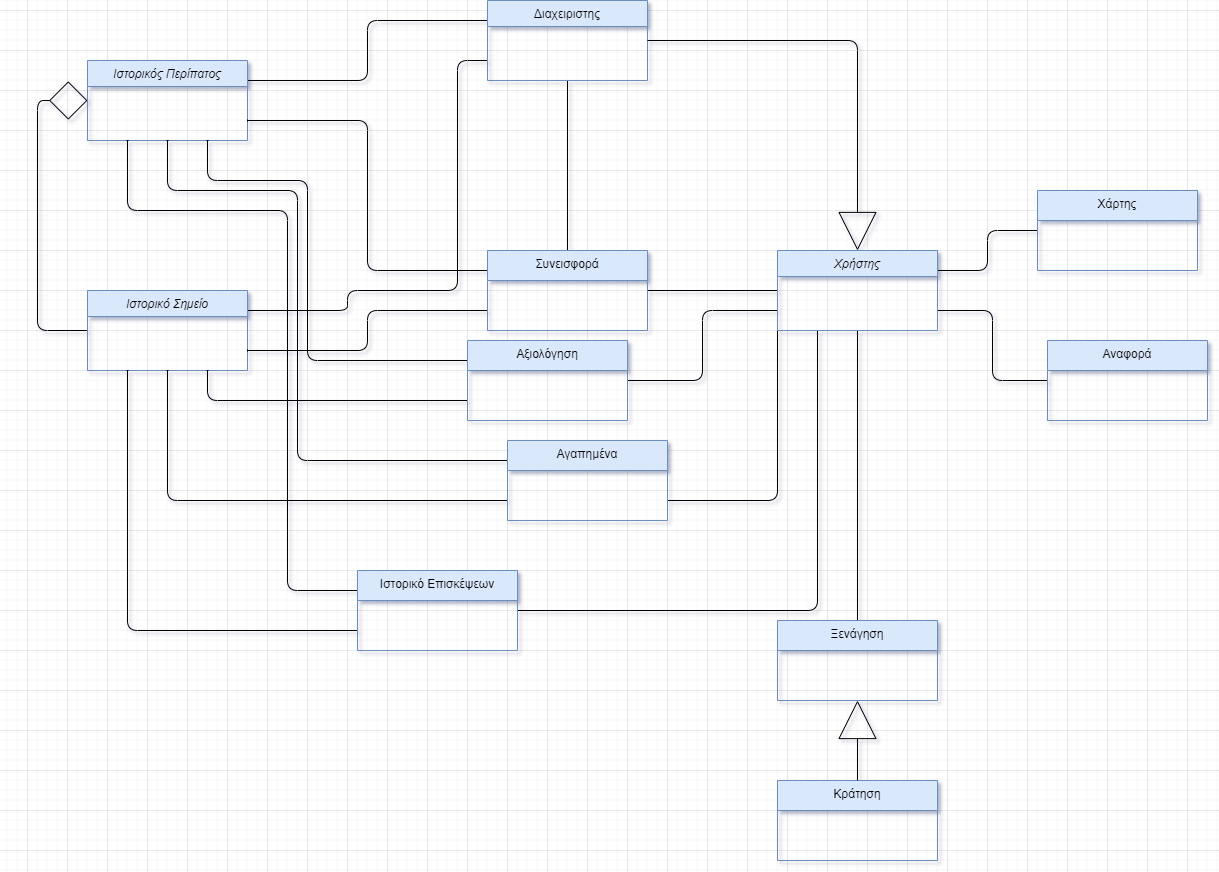
Before: NOTES/Domain Model v0.1.png, a diagram exported from draw.io (Nektar24/software-engineering). Source tidied: cells renumbered, new cells last; positions are measured from the earlier drawing's top-left corner, leaving out a move shared by most shapes.
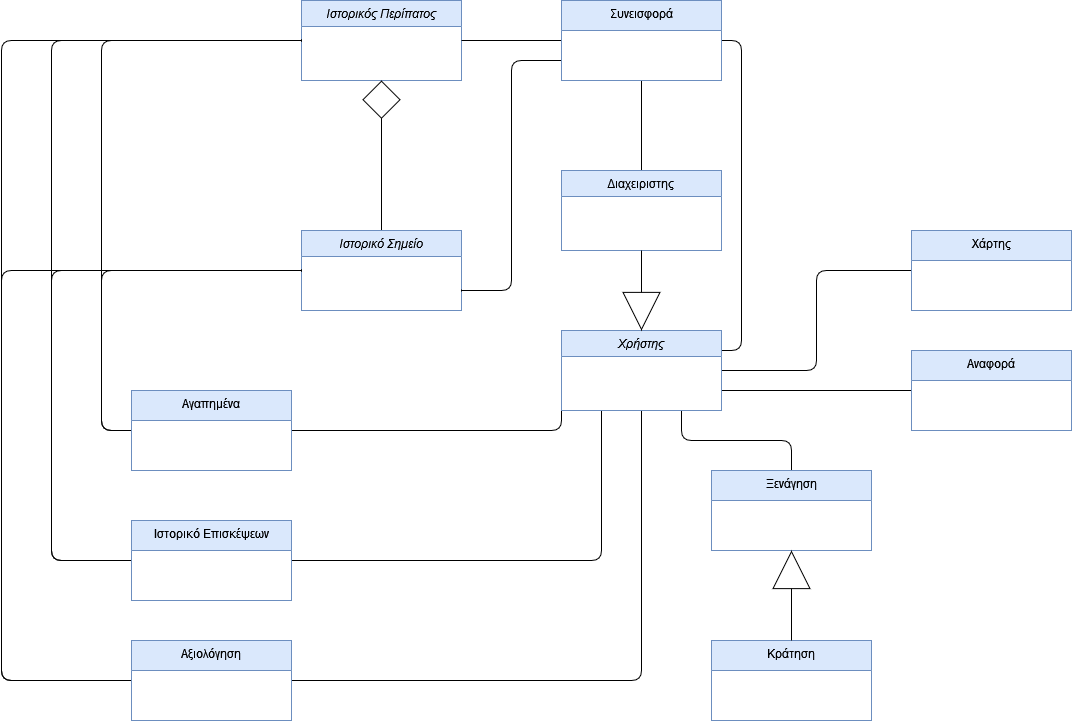
The same file after the commit.

Commit message:
correction in domain model

What changed in the source:
```diff
@@ -2,48 +2,35 @@
   <root>
     <mxCell id="0" />
     <mxCell id="1" parent="0" />
-    <mxCell id="2" style="edgeStyle=orthogonalEdgeStyle;rounded=1;jettySize=auto;html=1;exitX=0;exitY=0.5;exitDx=0;exitDy=0;entryX=1;entryY=0.5;entryDx=0;entryDy=0;elbow=vertical;strokeColor=default;align=center;verticalAlign=middle;fontFamily=Helvetica;fontSize=11;fontColor=default;labelBackgroundColor=default;endArrow=baseDash;endFill=0;endSize=0;curved=0;" parent="1" edge="1" source="9" target="20">
+    <mxCell id="2" style="edgeStyle=orthogonalEdgeStyle;rounded=1;jettySize=auto;html=1;entryX=1;entryY=0.5;entryDx=0;entryDy=0;elbow=vertical;strokeColor=default;align=center;verticalAlign=middle;fontFamily=Helvetica;fontSize=11;fontColor=default;labelBackgroundColor=default;endArrow=baseDash;endFill=0;endSize=0;curved=0;exitX=1;exitY=0.25;exitDx=0;exitDy=0;" parent="1" edge="1" source="9" target="20">
       <mxGeometry relative="1" as="geometry" />
     </mxCell>
     <mxCell id="3" style="edgeStyle=orthogonalEdgeStyle;rounded=1;jettySize=auto;html=1;exitX=0.25;exitY=1;exitDx=0;exitDy=0;entryX=1;entryY=0.5;entryDx=0;entryDy=0;strokeColor=default;align=center;verticalAlign=middle;fontFamily=Helvetica;fontSize=11;fontColor=default;labelBackgroundColor=default;elbow=vertical;endArrow=baseDash;endFill=0;endSize=0;curved=0;" parent="1" edge="1" source="9" target="26">
       <mxGeometry relative="1" as="geometry" />
     </mxCell>
-    <mxCell id="4" style="edgeStyle=orthogonalEdgeStyle;rounded=1;jettySize=auto;html=1;exitX=0;exitY=1;exitDx=0;exitDy=0;entryX=1;entryY=0.75;entryDx=0;entryDy=0;strokeColor=default;align=center;verticalAlign=middle;fontFamily=Helvetica;fontSize=11;fontColor=default;labelBackgroundColor=default;elbow=vertical;endArrow=baseDash;endFill=0;endSize=0;curved=0;" parent="1" edge="1" source="9" target="23">
+    <mxCell id="4" style="edgeStyle=orthogonalEdgeStyle;rounded=1;jettySize=auto;html=1;exitX=0;exitY=1;exitDx=0;exitDy=0;entryX=1;entryY=0.5;entryDx=0;entryDy=0;strokeColor=default;align=center;verticalAlign=middle;fontFamily=Helvetica;fontSize=11;fontColor=default;labelBackgroundColor=default;elbow=vertical;endArrow=baseDash;endFill=0;endSize=0;curved=0;" parent="1" edge="1" source="9" target="23">
       <mxGeometry relative="1" as="geometry" />
     </mxCell>
-    <mxCell id="5" style="edgeStyle=orthogonalEdgeStyle;rounded=1;jettySize=auto;html=1;exitX=0.5;exitY=1;exitDx=0;exitDy=0;entryX=0.5;entryY=0;entryDx=0;entryDy=0;strokeColor=default;align=center;verticalAlign=middle;fontFamily=Helvetica;fontSize=11;fontColor=default;labelBackgroundColor=default;elbow=vertical;endArrow=baseDash;endFill=0;endSize=0;curved=0;" parent="1" edge="1" source="9" target="27">
+    <mxCell id="5" style="edgeStyle=orthogonalEdgeStyle;rounded=1;jettySize=auto;html=1;exitX=0.75;exitY=1;exitDx=0;exitDy=0;entryX=0.5;entryY=0;entryDx=0;entryDy=0;strokeColor=default;align=center;verticalAlign=middle;fontFamily=Helvetica;fontSize=11;fontColor=default;labelBackgroundColor=default;elbow=vertical;endArrow=baseDash;endFill=0;endSize=0;curved=0;" parent="1" edge="1" source="9" target="27">
       <mxGeometry relative="1" as="geometry" />
     </mxCell>
     <mxCell id="6" style="edgeStyle=orthogonalEdgeStyle;curved=0;rounded=1;jettySize=auto;html=1;exitX=1;exitY=0.75;exitDx=0;exitDy=0;entryX=0;entryY=0.5;entryDx=0;entryDy=0;strokeColor=default;align=center;verticalAlign=middle;fontFamily=Helvetica;fontSize=11;fontColor=default;labelBackgroundColor=default;elbow=vertical;endArrow=baseDash;endFill=0;endSize=0;" parent="1" edge="1" source="9" target="29">
       <mxGeometry relative="1" as="geometry" />
     </mxCell>
-    <mxCell id="7" style="edgeStyle=orthogonalEdgeStyle;curved=0;rounded=1;jettySize=auto;html=1;exitX=1;exitY=0.25;exitDx=0;exitDy=0;entryX=0;entryY=0.5;entryDx=0;entryDy=0;strokeColor=default;align=center;verticalAlign=middle;fontFamily=Helvetica;fontSize=11;fontColor=default;labelBackgroundColor=default;elbow=vertical;endArrow=baseDash;endFill=0;endSize=0;" parent="1" edge="1" source="9" target="30">
+    <mxCell id="7" style="edgeStyle=orthogonalEdgeStyle;curved=0;rounded=1;jettySize=auto;html=1;exitX=1;exitY=0.5;exitDx=0;exitDy=0;entryX=0;entryY=0.5;entryDx=0;entryDy=0;strokeColor=default;align=center;verticalAlign=middle;fontFamily=Helvetica;fontSize=11;fontColor=default;labelBackgroundColor=default;elbow=vertical;endArrow=baseDash;endFill=0;endSize=0;" parent="1" edge="1" source="9" target="30">
       <mxGeometry relative="1" as="geometry" />
     </mxCell>
-    <mxCell id="8" style="edgeStyle=orthogonalEdgeStyle;curved=0;rounded=1;jettySize=auto;html=1;exitX=0;exitY=0.75;exitDx=0;exitDy=0;entryX=1;entryY=0.5;entryDx=0;entryDy=0;strokeColor=default;align=center;verticalAlign=middle;fontFamily=Helvetica;fontSize=11;fontColor=default;labelBackgroundColor=default;elbow=vertical;endArrow=baseDash;endFill=0;endSize=0;" parent="1" edge="1" source="9" target="33">
+    <mxCell id="8" style="edgeStyle=orthogonalEdgeStyle;curved=0;rounded=1;jettySize=auto;html=1;entryX=1;entryY=0.5;entryDx=0;entryDy=0;strokeColor=default;align=center;verticalAlign=middle;fontFamily=Helvetica;fontSize=11;fontColor=default;labelBackgroundColor=default;elbow=vertical;endArrow=baseDash;endFill=0;endSize=0;exitX=0.5;exitY=1;exitDx=0;exitDy=0;" parent="1" edge="1" source="9" target="33">
       <mxGeometry relative="1" as="geometry" />
     </mxCell>
     <mxCell id="9" value="Χρήστης" style="swimlane;fontStyle=2;align=center;verticalAlign=top;horizontal=1;startSize=26;rounded=0;shadow=0;strokeWidth=1;fillColor=#dae8fc;strokeColor=#6c8ebf;" parent="1" vertex="1">
-      <mxGeometry x="690" y="250" width="160" height="80" as="geometry" />
+      <mxGeometry x="260" y="390" width="160" height="80" as="geometry" />
     </mxCell>
-    <mxCell id="10" style="edgeStyle=orthogonalEdgeStyle;rounded=1;jettySize=auto;html=1;exitX=0.5;exitY=1;exitDx=0;exitDy=0;entryX=0.5;entryY=0;entryDx=0;entryDy=0;elbow=vertical;strokeColor=default;align=center;verticalAlign=middle;fontFamily=Helvetica;fontSize=11;fontColor=default;labelBackgroundColor=default;endArrow=baseDash;endFill=0;endSize=0;curved=0;" parent="1" edge="1" source="13" target="20">
+    <mxCell id="10" style="edgeStyle=orthogonalEdgeStyle;curved=0;rounded=1;jettySize=auto;html=1;exitX=0.5;exitY=0;exitDx=0;exitDy=0;entryX=0.5;entryY=1;entryDx=0;entryDy=0;strokeColor=default;align=center;verticalAlign=middle;fontFamily=Helvetica;fontSize=11;fontColor=default;labelBackgroundColor=default;elbow=vertical;endArrow=baseDash;endFill=0;endSize=0;" parent="1" edge="1" source="13" target="20">
       <mxGeometry relative="1" as="geometry" />
     </mxCell>
-    <mxCell id="11" style="edgeStyle=orthogonalEdgeStyle;curved=0;rounded=1;jettySize=auto;html=1;entryX=1;entryY=0.25;entryDx=0;entryDy=0;strokeColor=default;align=center;verticalAlign=middle;fontFamily=Helvetica;fontSize=11;fontColor=default;labelBackgroundColor=default;elbow=vertical;endArrow=baseDash;endFill=0;endSize=0;exitX=0;exitY=0.25;exitDx=0;exitDy=0;" parent="1" edge="1" source="13" target="15">
-      <mxGeometry relative="1" as="geometry" />
-    </mxCell>
-    <mxCell id="12" style="edgeStyle=orthogonalEdgeStyle;curved=0;rounded=1;jettySize=auto;html=1;exitX=0;exitY=0.75;exitDx=0;exitDy=0;entryX=1;entryY=0.25;entryDx=0;entryDy=0;strokeColor=default;align=center;verticalAlign=middle;fontFamily=Helvetica;fontSize=11;fontColor=default;labelBackgroundColor=default;elbow=vertical;endArrow=baseDash;endFill=0;endSize=0;" parent="1" edge="1" source="13" target="17">
-      <mxGeometry relative="1" as="geometry">
-        <Array as="points">
-          <mxPoint x="370" y="60" />
-          <mxPoint x="370" y="290" />
-          <mxPoint x="260" y="290" />
-          <mxPoint x="260" y="310" />
-        </Array>
-      </mxGeometry>
-    </mxCell>
     <mxCell id="13" value="Διαχειριστης" style="swimlane;fontStyle=0;align=center;verticalAlign=top;horizontal=1;startSize=26;rounded=0;shadow=0;strokeWidth=1;fillColor=#dae8fc;strokeColor=#6c8ebf;" parent="1" vertex="1">
-      <mxGeometry x="400" width="160" height="80" as="geometry" />
+      <mxGeometry x="260" y="230" width="160" height="80" as="geometry" />
     </mxCell>
     <mxCell id="14" style="endArrow=block;endSize=36;endFill=0;shadow=0;strokeWidth=1;rounded=1;edgeStyle=orthogonalEdgeStyle;elbow=vertical;curved=0;" parent="1" edge="1" source="13" target="9">
       <mxGeometry relative="1" as="geometry" />
@@ -51,77 +38,89 @@
     <mxCell id="15" value="Ιστορικός Περίπατος" style="swimlane;fontStyle=2;align=center;verticalAlign=top;horizontal=1;startSize=26;rounded=0;shadow=0;strokeWidth=1;fillColor=#dae8fc;strokeColor=#6c8ebf;" parent="1" vertex="1">
       <mxGeometry y="60" width="160" height="80" as="geometry" />
     </mxCell>
-    <mxCell id="16" style="edgeStyle=orthogonalEdgeStyle;rounded=1;jettySize=auto;html=1;exitX=0;exitY=0.5;exitDx=0;exitDy=0;entryX=0;entryY=0.5;entryDx=0;entryDy=0;endSize=36;endArrow=diamond;endFill=0;curved=0;" parent="1" edge="1" source="17" target="15">
+    <mxCell id="16" style="edgeStyle=orthogonalEdgeStyle;rounded=1;jettySize=auto;html=1;exitX=0.5;exitY=0;exitDx=0;exitDy=0;entryX=0.5;entryY=1;entryDx=0;entryDy=0;endSize=36;endArrow=diamond;endFill=0;curved=0;" parent="1" edge="1" source="17" target="15">
       <mxGeometry relative="1" as="geometry" />
     </mxCell>
     <mxCell id="17" value="Ιστορικό Σημείο" style="swimlane;fontStyle=2;align=center;verticalAlign=top;horizontal=1;startSize=26;rounded=0;shadow=0;strokeWidth=1;fillColor=#dae8fc;strokeColor=#6c8ebf;" parent="1" vertex="1">
       <mxGeometry y="290" width="160" height="80" as="geometry" />
     </mxCell>
+    <mxCell id="19" style="edgeStyle=orthogonalEdgeStyle;curved=0;rounded=1;jettySize=auto;html=1;exitX=0;exitY=0.75;exitDx=0;exitDy=0;entryX=1;entryY=0.75;entryDx=0;entryDy=0;strokeColor=default;align=center;verticalAlign=middle;fontFamily=Helvetica;fontSize=11;fontColor=default;labelBackgroundColor=default;elbow=vertical;endArrow=baseDash;endFill=0;endSize=0;" parent="1" edge="1" source="20" target="17">
+      <mxGeometry relative="1" as="geometry" />
+    </mxCell>
-    <mxCell id="18" style="edgeStyle=orthogonalEdgeStyle;rounded=1;jettySize=auto;html=1;exitX=0;exitY=0.25;exitDx=0;exitDy=0;entryX=1;entryY=0.75;entryDx=0;entryDy=0;strokeColor=default;align=center;verticalAlign=middle;fontFamily=Helvetica;fontSize=11;fontColor=default;labelBackgroundColor=default;elbow=vertical;endArrow=baseDash;endFill=0;endSize=0;curved=0;" parent="1" edge="1" source="20" target="15">
+    <mxCell id="18" style="edgeStyle=orthogonalEdgeStyle;rounded=1;jettySize=auto;html=1;exitX=0;exitY=0.5;exitDx=0;exitDy=0;entryX=1;entryY=0.5;entryDx=0;entryDy=0;fontSize=12;startSize=8;endSize=8;endArrow=none;endFill=0;" parent="1" edge="1" source="20" target="15">
       <mxGeometry relative="1" as="geometry" />
     </mxCell>
-    <mxCell id="19" style="edgeStyle=orthogonalEdgeStyle;curved=0;rounded=1;jettySize=auto;html=1;exitX=0;exitY=0.75;exitDx=0;exitDy=0;entryX=1;entryY=0.75;entryDx=0;entryDy=0;strokeColor=default;align=center;verticalAlign=middle;fontFamily=Helvetica;fontSize=11;fontColor=default;labelBackgroundColor=default;elbow=vertical;endArrow=baseDash;endFill=0;endSize=0;" parent="1" edge="1" source="20" target="17">
-      <mxGeometry relative="1" as="geometry" />
-    </mxCell>
     <mxCell id="20" value="Συνεισφορά" style="swimlane;fontStyle=0;align=center;verticalAlign=top;horizontal=1;startSize=30;rounded=0;shadow=0;strokeWidth=1;fillColor=#dae8fc;strokeColor=#6c8ebf;" parent="1" vertex="1">
-      <mxGeometry x="400" y="250" width="160" height="80" as="geometry" />
+      <mxGeometry x="260" y="60" width="160" height="80" as="geometry" />
     </mxCell>
-    <mxCell id="21" style="edgeStyle=orthogonalEdgeStyle;curved=0;rounded=1;jettySize=auto;html=1;exitX=0;exitY=0.75;exitDx=0;exitDy=0;entryX=0.5;entryY=1;entryDx=0;entryDy=0;strokeColor=default;align=center;verticalAlign=middle;fontFamily=Helvetica;fontSize=11;fontColor=default;labelBackgroundColor=default;elbow=vertical;endArrow=baseDash;endFill=0;endSize=0;" parent="1" edge="1" source="23" target="17">
-      <mxGeometry relative="1" as="geometry" />
+    <mxCell id="21" style="edgeStyle=orthogonalEdgeStyle;rounded=1;jettySize=auto;html=1;exitX=0;exitY=0.5;exitDx=0;exitDy=0;entryX=0;entryY=0.5;entryDx=0;entryDy=0;fontSize=12;startSize=8;endSize=8;curved=0;endArrow=none;endFill=0;" parent="1" edge="1" source="23" target="17">
+      <mxGeometry relative="1" as="geometry">
+        <Array as="points">
+          <mxPoint x="-200" y="490" />
+          <mxPoint x="-200" y="330" />
+        </Array>
+      </mxGeometry>
     </mxCell>
-    <mxCell id="22" style="edgeStyle=orthogonalEdgeStyle;curved=0;rounded=1;jettySize=auto;html=1;exitX=0;exitY=0.25;exitDx=0;exitDy=0;entryX=0.5;entryY=1;entryDx=0;entryDy=0;strokeColor=default;align=center;verticalAlign=middle;fontFamily=Helvetica;fontSize=11;fontColor=default;labelBackgroundColor=default;elbow=vertical;endArrow=baseDash;endFill=0;endSize=0;" parent="1" edge="1" source="23" target="15">
+    <mxCell id="22" style="edgeStyle=orthogonalEdgeStyle;rounded=1;jettySize=auto;html=1;exitX=0;exitY=0.5;exitDx=0;exitDy=0;entryX=0;entryY=0.5;entryDx=0;entryDy=0;fontSize=12;startSize=8;endSize=8;endArrow=none;endFill=0;" parent="1" edge="1" source="23" target="15">
       <mxGeometry relative="1" as="geometry">
         <Array as="points">
-          <mxPoint x="210" y="460" />
-          <mxPoint x="210" y="190" />
-          <mxPoint x="80" y="190" />
+          <mxPoint x="-200" y="490" />
+          <mxPoint x="-200" y="100" />
         </Array>
       </mxGeometry>
     </mxCell>
     <mxCell id="23" value="Αγαπημένα" style="swimlane;fontStyle=0;align=center;verticalAlign=top;horizontal=1;startSize=30;rounded=0;shadow=0;strokeWidth=1;fillColor=#dae8fc;strokeColor=#6c8ebf;" parent="1" vertex="1">
-      <mxGeometry x="420" y="440" width="160" height="80" as="geometry" />
+      <mxGeometry x="-170" y="450" width="160" height="80" as="geometry" />
     </mxCell>
-    <mxCell id="24" style="edgeStyle=orthogonalEdgeStyle;rounded=1;jettySize=auto;html=1;exitX=0;exitY=0.75;exitDx=0;exitDy=0;strokeColor=default;align=center;verticalAlign=middle;fontFamily=Helvetica;fontSize=11;fontColor=default;labelBackgroundColor=default;elbow=vertical;endArrow=baseDash;entryX=0.25;entryY=1;entryDx=0;entryDy=0;endFill=0;endSize=0;curved=0;" parent="1" edge="1" source="26" target="17">
-      <mxGeometry relative="1" as="geometry" />
+    <mxCell id="24" style="edgeStyle=orthogonalEdgeStyle;rounded=1;jettySize=auto;html=1;exitX=0;exitY=0.5;exitDx=0;exitDy=0;strokeColor=default;align=center;verticalAlign=middle;fontFamily=Helvetica;fontSize=11;fontColor=default;labelBackgroundColor=default;elbow=vertical;endArrow=baseDash;entryX=0;entryY=0.5;entryDx=0;entryDy=0;endFill=0;endSize=0;curved=0;" parent="1" edge="1" source="26" target="17">
+      <mxGeometry relative="1" as="geometry">
+        <Array as="points">
+          <mxPoint x="-250" y="620" />
+          <mxPoint x="-250" y="330" />
+        </Array>
+      </mxGeometry>
     </mxCell>
-    <mxCell id="25" style="edgeStyle=orthogonalEdgeStyle;curved=0;rounded=1;jettySize=auto;html=1;exitX=0;exitY=0.25;exitDx=0;exitDy=0;entryX=0.25;entryY=1;entryDx=0;entryDy=0;strokeColor=default;align=center;verticalAlign=middle;fontFamily=Helvetica;fontSize=11;fontColor=default;labelBackgroundColor=default;elbow=vertical;endArrow=baseDash;endFill=0;endSize=0;" parent="1" edge="1" source="26" target="15">
+    <mxCell id="25" style="edgeStyle=orthogonalEdgeStyle;curved=0;rounded=1;jettySize=auto;html=1;exitX=0;exitY=0.5;exitDx=0;exitDy=0;strokeColor=default;align=center;verticalAlign=middle;fontFamily=Helvetica;fontSize=11;fontColor=default;labelBackgroundColor=default;elbow=vertical;endArrow=baseDash;endFill=0;endSize=0;entryX=0;entryY=0.5;entryDx=0;entryDy=0;" parent="1" edge="1" source="26" target="15">
       <mxGeometry relative="1" as="geometry">
         <Array as="points">
-          <mxPoint x="200" y="590" />
-          <mxPoint x="200" y="210" />
-          <mxPoint x="40" y="210" />
+          <mxPoint x="-250" y="620" />
+          <mxPoint x="-250" y="100" />
         </Array>
       </mxGeometry>
     </mxCell>
     <mxCell id="26" value="Ιστορικό Επισκέψεων" style="swimlane;fontStyle=0;align=center;verticalAlign=top;horizontal=1;startSize=30;rounded=0;shadow=0;strokeWidth=1;fillColor=#dae8fc;strokeColor=#6c8ebf;" parent="1" vertex="1">
-      <mxGeometry x="270" y="570" width="160" height="80" as="geometry" />
+      <mxGeometry x="-170" y="580" width="160" height="80" as="geometry" />
     </mxCell>
     <mxCell id="27" value="Ξενάγηση" style="swimlane;fontStyle=0;align=center;verticalAlign=top;horizontal=1;startSize=30;rounded=0;shadow=0;strokeWidth=1;fillColor=#dae8fc;strokeColor=#6c8ebf;" parent="1" vertex="1">
-      <mxGeometry x="690" y="620" width="160" height="80" as="geometry" />
+      <mxGeometry x="410" y="530" width="160" height="80" as="geometry" />
     </mxCell>
     <mxCell id="28" value="Κράτηση" style="swimlane;fontStyle=0;align=center;verticalAlign=top;horizontal=1;startSize=30;rounded=0;shadow=0;strokeWidth=1;fillColor=#dae8fc;strokeColor=#6c8ebf;" parent="1" vertex="1">
-      <mxGeometry x="690" y="780" width="160" height="80" as="geometry" />
+      <mxGeometry x="410" y="700" width="160" height="80" as="geometry" />
     </mxCell>
     <mxCell id="29" value="Αναφορά" style="swimlane;fontStyle=0;align=center;verticalAlign=top;horizontal=1;startSize=30;rounded=0;shadow=0;strokeWidth=1;fillColor=#dae8fc;strokeColor=#6c8ebf;" parent="1" vertex="1">
-      <mxGeometry x="960" y="340" width="160" height="80" as="geometry" />
+      <mxGeometry x="610" y="410" width="160" height="80" as="geometry" />
     </mxCell>
     <mxCell id="30" value="Χάρτης" style="swimlane;fontStyle=0;align=center;verticalAlign=top;horizontal=1;startSize=30;rounded=0;shadow=0;strokeWidth=1;fillColor=#dae8fc;strokeColor=#6c8ebf;" parent="1" vertex="1">
-      <mxGeometry x="950" y="190" width="160" height="80" as="geometry" />
+      <mxGeometry x="610" y="290" width="160" height="80" as="geometry" />
     </mxCell>
-    <mxCell id="31" style="edgeStyle=orthogonalEdgeStyle;curved=0;rounded=1;jettySize=auto;html=1;exitX=0;exitY=0.25;exitDx=0;exitDy=0;strokeColor=default;align=center;verticalAlign=middle;fontFamily=Helvetica;fontSize=11;fontColor=default;labelBackgroundColor=default;elbow=vertical;endArrow=baseDash;endFill=0;endSize=0;entryX=0.75;entryY=1;entryDx=0;entryDy=0;" parent="1" edge="1" source="33" target="15">
+    <mxCell id="31" style="edgeStyle=orthogonalEdgeStyle;curved=0;rounded=1;jettySize=auto;html=1;exitX=0;exitY=0.5;exitDx=0;exitDy=0;strokeColor=default;align=center;verticalAlign=middle;fontFamily=Helvetica;fontSize=11;fontColor=default;labelBackgroundColor=default;elbow=vertical;endArrow=baseDash;endFill=0;endSize=0;entryX=0;entryY=0.5;entryDx=0;entryDy=0;" parent="1" edge="1" source="33" target="15">
       <mxGeometry relative="1" as="geometry">
         <Array as="points">
-          <mxPoint x="220" y="360" />
-          <mxPoint x="220" y="180" />
-          <mxPoint x="120" y="180" />
+          <mxPoint x="-300" y="740" />
+          <mxPoint x="-300" y="100" />
         </Array>
       </mxGeometry>
     </mxCell>
-    <mxCell id="32" style="edgeStyle=orthogonalEdgeStyle;curved=0;rounded=1;jettySize=auto;html=1;exitX=0;exitY=0.75;exitDx=0;exitDy=0;entryX=0.75;entryY=1;entryDx=0;entryDy=0;strokeColor=default;align=center;verticalAlign=middle;fontFamily=Helvetica;fontSize=11;fontColor=default;labelBackgroundColor=default;elbow=vertical;endArrow=baseDash;endFill=0;endSize=0;" parent="1" edge="1" source="33" target="17">
-      <mxGeometry relative="1" as="geometry" />
+    <mxCell id="32" style="edgeStyle=orthogonalEdgeStyle;curved=0;rounded=1;jettySize=auto;html=1;exitX=0;exitY=0.5;exitDx=0;exitDy=0;entryX=0;entryY=0.5;entryDx=0;entryDy=0;strokeColor=default;align=center;verticalAlign=middle;fontFamily=Helvetica;fontSize=11;fontColor=default;labelBackgroundColor=default;elbow=vertical;endArrow=baseDash;endFill=0;endSize=0;" parent="1" edge="1" source="33" target="17">
+      <mxGeometry relative="1" as="geometry">
+        <Array as="points">
+          <mxPoint x="-300" y="740" />
+          <mxPoint x="-300" y="330" />
+        </Array>
+      </mxGeometry>
     </mxCell>
     <mxCell id="33" value="Αξιολόγηση" style="swimlane;fontStyle=0;align=center;verticalAlign=top;horizontal=1;startSize=30;rounded=0;shadow=0;strokeWidth=1;fillColor=#dae8fc;strokeColor=#6c8ebf;" parent="1" vertex="1">
-      <mxGeometry x="380" y="340" width="160" height="80" as="geometry" />
+      <mxGeometry x="-170" y="700" width="160" height="80" as="geometry" />
     </mxCell>
     <mxCell id="34" style="endArrow=block;endSize=36;endFill=0;shadow=0;strokeWidth=1;rounded=1;edgeStyle=orthogonalEdgeStyle;elbow=vertical;curved=0;exitX=0.5;exitY=0;exitDx=0;exitDy=0;entryX=0.5;entryY=1;entryDx=0;entryDy=0;" parent="1" edge="1" source="28" target="27">
       <mxGeometry relative="1" as="geometry" />
```
